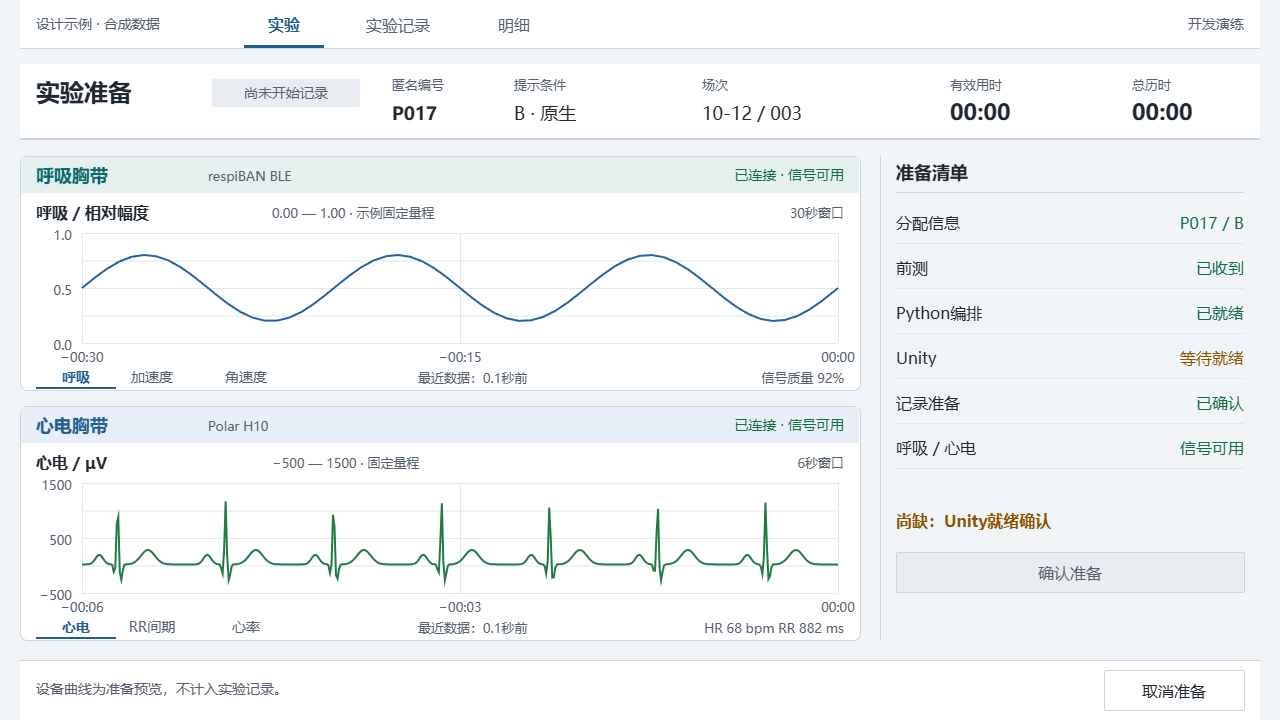
Above: human/deliverables/t01-workbench-design-20261012/02-prepare.drawio.png in JunyeFu/Emotional-Healing-System (draw.io), before the change. Source tidied: cells renumbered, new cells last; positions are measured from the earlier drawing's top-left corner, leaving out a move shared by most shapes.
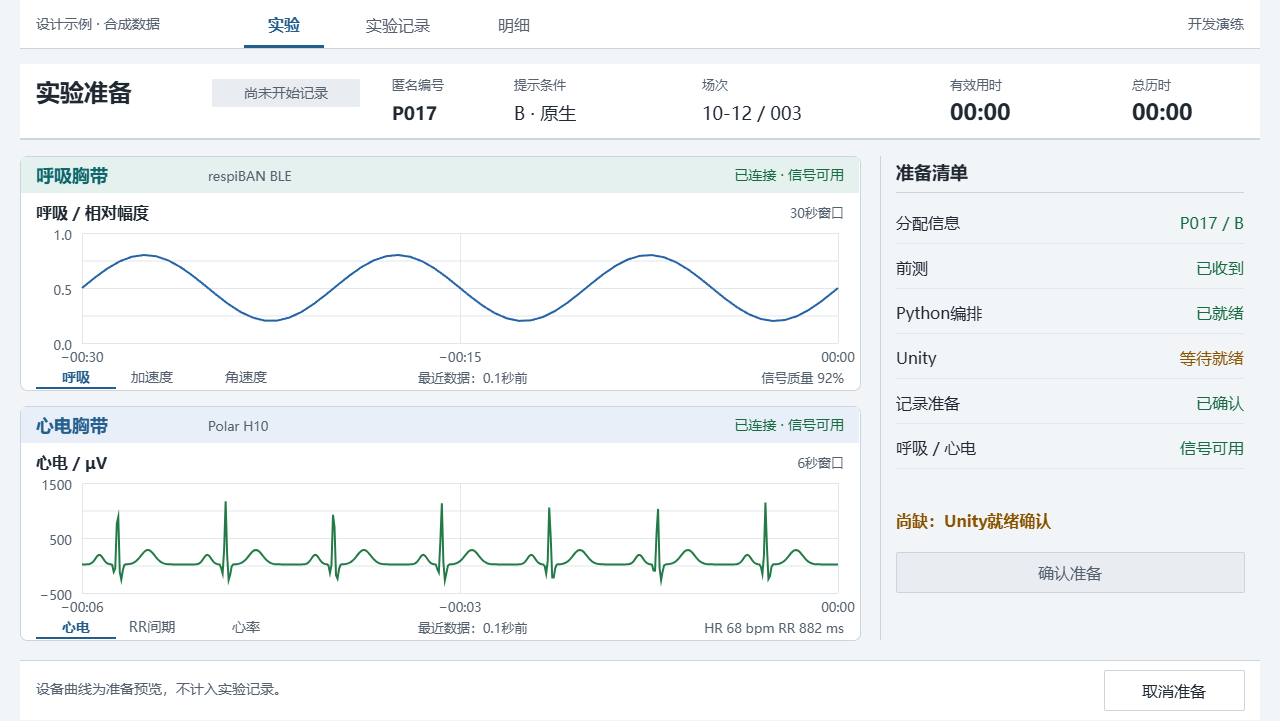
The same file after the commit.

Change to the diagram source:
```diff
@@ -95,9 +95,6 @@
     <mxCell id="32" value="呼吸 / 相对幅度" style="text;html=0;strokeColor=none;fillColor=none;whiteSpace=wrap;overflow=hidden;fontFamily=Microsoft YaHei;fontSize=16;fontColor=#202832;fontStyle=1;align=left;verticalAlign=middle;spacing=0;" parent="1" vertex="1">
       <mxGeometry x="36" y="199" width="226" height="26" as="geometry" />
     </mxCell>
-    <mxCell id="33" value="0.00 — 1.00 · 示例固定量程" style="text;html=0;strokeColor=none;fillColor=none;whiteSpace=wrap;overflow=hidden;fontFamily=Microsoft YaHei;fontSize=13;fontColor=#56616F;fontStyle=0;align=left;verticalAlign=middle;spacing=0;" parent="1" vertex="1">
-      <mxGeometry x="272" y="199" width="360" height="26" as="geometry" />
-    </mxCell>
     <mxCell id="34" value="30秒窗口" style="text;html=0;strokeColor=none;fillColor=none;whiteSpace=wrap;overflow=hidden;fontFamily=Microsoft YaHei;fontSize=13;fontColor=#56616F;fontStyle=0;align=right;verticalAlign=middle;spacing=0;" parent="1" vertex="1">
       <mxGeometry x="726" y="199" width="118" height="26" as="geometry" />
     </mxCell>
@@ -251,9 +248,6 @@
     <mxCell id="61" value="心电 / μV" style="text;html=0;strokeColor=none;fillColor=none;whiteSpace=wrap;overflow=hidden;fontFamily=Microsoft YaHei;fontSize=16;fontColor=#202832;fontStyle=1;align=left;verticalAlign=middle;spacing=0;" parent="1" vertex="1">
       <mxGeometry x="36" y="449" width="226" height="26" as="geometry" />
     </mxCell>
-    <mxCell id="62" value="−500 — 1500 · 固定量程" style="text;html=0;strokeColor=none;fillColor=none;whiteSpace=wrap;overflow=hidden;fontFamily=Microsoft YaHei;fontSize=13;fontColor=#56616F;fontStyle=0;align=left;verticalAlign=middle;spacing=0;" parent="1" vertex="1">
-      <mxGeometry x="272" y="449" width="360" height="26" as="geometry" />
-    </mxCell>
     <mxCell id="63" value="6秒窗口" style="text;html=0;strokeColor=none;fillColor=none;whiteSpace=wrap;overflow=hidden;fontFamily=Microsoft YaHei;fontSize=13;fontColor=#56616F;fontStyle=0;align=right;verticalAlign=middle;spacing=0;" parent="1" vertex="1">
       <mxGeometry x="726" y="449" width="118" height="26" as="geometry" />
     </mxCell>
```
